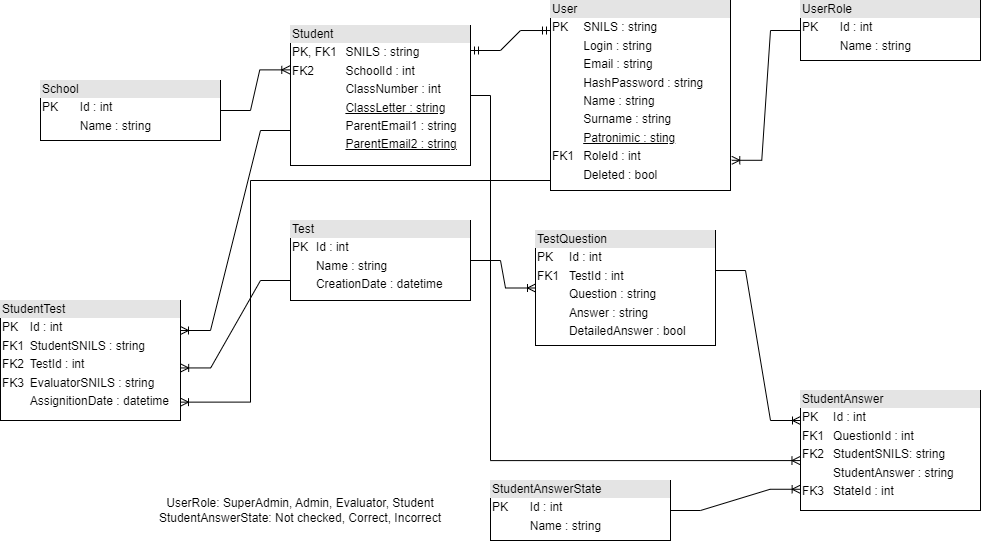
Before: Lab Work №3/docs/db_model_UML.drawio.png, a diagram exported from draw.io (nnndk/SoftwareArchitectureHSE). Source tidied: cells renumbered, new cells last; positions are measured from the earlier drawing's top-left corner, leaving out a move shared by most shapes.
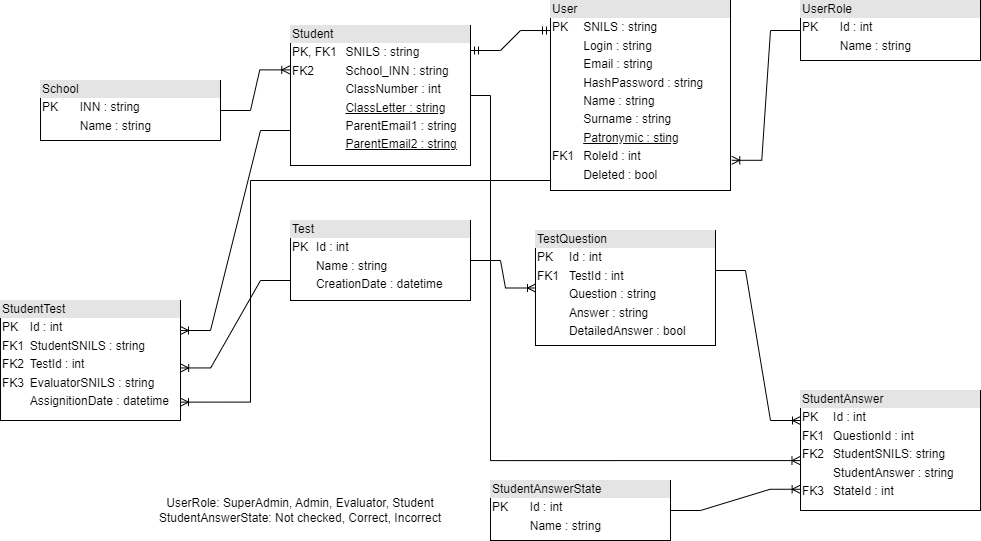
The same diagram one commit later.

Commit message:
fix db model: replace SchoolId to School_INN & fix type in 'Patronymic'

The edit, as a diff of the source:
```diff
@@ -2,7 +2,7 @@
   <root>
     <mxCell id="0" />
     <mxCell id="1" parent="0" />
-    <mxCell id="2" value="&lt;div style=&quot;box-sizing:border-box;width:100%;background:#e4e4e4;padding:2px;&quot;&gt;Student&lt;/div&gt;&lt;table style=&quot;width:100%;font-size:1em;&quot; cellpadding=&quot;2&quot; cellspacing=&quot;0&quot;&gt;&lt;tbody&gt;&lt;tr&gt;&lt;td&gt;PK, FK1&lt;/td&gt;&lt;td&gt;SNILS : string&lt;/td&gt;&lt;/tr&gt;&lt;tr&gt;&lt;td&gt;FK2&lt;/td&gt;&lt;td&gt;SchoolId : int&lt;/td&gt;&lt;/tr&gt;&lt;tr&gt;&lt;td&gt;&lt;/td&gt;&lt;td&gt;ClassNumber : int&lt;/td&gt;&lt;/tr&gt;&lt;tr&gt;&lt;td&gt;&lt;br&gt;&lt;/td&gt;&lt;td&gt;&lt;u&gt;ClassLetter : string&lt;/u&gt;&lt;/td&gt;&lt;/tr&gt;&lt;tr&gt;&lt;td&gt;&lt;br&gt;&lt;/td&gt;&lt;td&gt;ParentEmail1 : string&lt;/td&gt;&lt;/tr&gt;&lt;tr&gt;&lt;td&gt;&lt;br&gt;&lt;/td&gt;&lt;td&gt;&lt;u&gt;ParentEmail2 : string&lt;/u&gt;&lt;/td&gt;&lt;/tr&gt;&lt;/tbody&gt;&lt;/table&gt;" style="verticalAlign=top;align=left;overflow=fill;html=1;whiteSpace=wrap;" parent="1" vertex="1">
+    <mxCell id="2" value="&lt;div style=&quot;box-sizing:border-box;width:100%;background:#e4e4e4;padding:2px;&quot;&gt;Student&lt;/div&gt;&lt;table style=&quot;width:100%;font-size:1em;&quot; cellpadding=&quot;2&quot; cellspacing=&quot;0&quot;&gt;&lt;tbody&gt;&lt;tr&gt;&lt;td&gt;PK, FK1&lt;/td&gt;&lt;td&gt;SNILS : string&lt;/td&gt;&lt;/tr&gt;&lt;tr&gt;&lt;td&gt;FK2&lt;/td&gt;&lt;td&gt;School_INN : string&lt;/td&gt;&lt;/tr&gt;&lt;tr&gt;&lt;td&gt;&lt;/td&gt;&lt;td&gt;ClassNumber : int&lt;/td&gt;&lt;/tr&gt;&lt;tr&gt;&lt;td&gt;&lt;br&gt;&lt;/td&gt;&lt;td&gt;&lt;u&gt;ClassLetter : string&lt;/u&gt;&lt;/td&gt;&lt;/tr&gt;&lt;tr&gt;&lt;td&gt;&lt;br&gt;&lt;/td&gt;&lt;td&gt;ParentEmail1 : string&lt;/td&gt;&lt;/tr&gt;&lt;tr&gt;&lt;td&gt;&lt;br&gt;&lt;/td&gt;&lt;td&gt;&lt;u&gt;ParentEmail2 : string&lt;/u&gt;&lt;/td&gt;&lt;/tr&gt;&lt;/tbody&gt;&lt;/table&gt;" style="verticalAlign=top;align=left;overflow=fill;html=1;whiteSpace=wrap;" parent="1" vertex="1">
       <mxGeometry x="290" y="25" width="180" height="140" as="geometry" />
     </mxCell>
     <mxCell id="3" value="&lt;div style=&quot;box-sizing:border-box;width:100%;background:#e4e4e4;padding:2px;&quot;&gt;Test&lt;/div&gt;&lt;table style=&quot;width:100%;font-size:1em;&quot; cellpadding=&quot;2&quot; cellspacing=&quot;0&quot;&gt;&lt;tbody&gt;&lt;tr&gt;&lt;td&gt;PK&lt;/td&gt;&lt;td&gt;Id : int&lt;/td&gt;&lt;/tr&gt;&lt;tr&gt;&lt;td&gt;&lt;br&gt;&lt;/td&gt;&lt;td&gt;Name : string&lt;/td&gt;&lt;/tr&gt;&lt;tr&gt;&lt;td&gt;&lt;/td&gt;&lt;td&gt;CreationDate : datetime&lt;/td&gt;&lt;/tr&gt;&lt;/tbody&gt;&lt;/table&gt;" style="verticalAlign=top;align=left;overflow=fill;html=1;whiteSpace=wrap;" parent="1" vertex="1">
@@ -14,10 +14,10 @@
     <mxCell id="5" value="&lt;div style=&quot;box-sizing:border-box;width:100%;background:#e4e4e4;padding:2px;&quot;&gt;UserRole&lt;/div&gt;&lt;table style=&quot;width:100%;font-size:1em;&quot; cellpadding=&quot;2&quot; cellspacing=&quot;0&quot;&gt;&lt;tbody&gt;&lt;tr&gt;&lt;td&gt;PK&lt;/td&gt;&lt;td&gt;Id : int&lt;/td&gt;&lt;/tr&gt;&lt;tr&gt;&lt;td&gt;&lt;br&gt;&lt;/td&gt;&lt;td&gt;Name : string&lt;/td&gt;&lt;/tr&gt;&lt;tr&gt;&lt;td&gt;&lt;/td&gt;&lt;td&gt;&lt;br&gt;&lt;/td&gt;&lt;/tr&gt;&lt;/tbody&gt;&lt;/table&gt;" style="verticalAlign=top;align=left;overflow=fill;html=1;whiteSpace=wrap;" parent="1" vertex="1">
       <mxGeometry x="800" width="180" height="60" as="geometry" />
     </mxCell>
-    <mxCell id="6" value="&lt;div style=&quot;box-sizing:border-box;width:100%;background:#e4e4e4;padding:2px;&quot;&gt;User&lt;/div&gt;&lt;table style=&quot;width:100%;font-size:1em;&quot; cellpadding=&quot;2&quot; cellspacing=&quot;0&quot;&gt;&lt;tbody&gt;&lt;tr&gt;&lt;td&gt;PK&lt;/td&gt;&lt;td&gt;SNILS : string&lt;/td&gt;&lt;/tr&gt;&lt;tr&gt;&lt;td&gt;&lt;br&gt;&lt;/td&gt;&lt;td&gt;Login : string&lt;/td&gt;&lt;/tr&gt;&lt;tr&gt;&lt;td&gt;&lt;br&gt;&lt;/td&gt;&lt;td&gt;Email : string&lt;/td&gt;&lt;/tr&gt;&lt;tr&gt;&lt;td&gt;&lt;/td&gt;&lt;td&gt;HashPassword : string&lt;/td&gt;&lt;/tr&gt;&lt;tr&gt;&lt;td&gt;&lt;br&gt;&lt;/td&gt;&lt;td&gt;Name : string&lt;/td&gt;&lt;/tr&gt;&lt;tr&gt;&lt;td&gt;&lt;br&gt;&lt;/td&gt;&lt;td&gt;Surname : string&lt;/td&gt;&lt;/tr&gt;&lt;tr&gt;&lt;td&gt;&lt;br&gt;&lt;/td&gt;&lt;td&gt;&lt;u&gt;Patronimic : sting&lt;/u&gt;&lt;/td&gt;&lt;/tr&gt;&lt;tr&gt;&lt;td&gt;FK1&lt;/td&gt;&lt;td&gt;RoleId : int&lt;/td&gt;&lt;/tr&gt;&lt;tr&gt;&lt;td&gt;&lt;br&gt;&lt;/td&gt;&lt;td&gt;Deleted : bool&lt;/td&gt;&lt;/tr&gt;&lt;/tbody&gt;&lt;/table&gt;" style="verticalAlign=top;align=left;overflow=fill;html=1;whiteSpace=wrap;" parent="1" vertex="1">
+    <mxCell id="6" value="&lt;div style=&quot;box-sizing:border-box;width:100%;background:#e4e4e4;padding:2px;&quot;&gt;User&lt;/div&gt;&lt;table style=&quot;width:100%;font-size:1em;&quot; cellpadding=&quot;2&quot; cellspacing=&quot;0&quot;&gt;&lt;tbody&gt;&lt;tr&gt;&lt;td&gt;PK&lt;/td&gt;&lt;td&gt;SNILS : string&lt;/td&gt;&lt;/tr&gt;&lt;tr&gt;&lt;td&gt;&lt;br&gt;&lt;/td&gt;&lt;td&gt;Login : string&lt;/td&gt;&lt;/tr&gt;&lt;tr&gt;&lt;td&gt;&lt;br&gt;&lt;/td&gt;&lt;td&gt;Email : string&lt;/td&gt;&lt;/tr&gt;&lt;tr&gt;&lt;td&gt;&lt;/td&gt;&lt;td&gt;HashPassword : string&lt;/td&gt;&lt;/tr&gt;&lt;tr&gt;&lt;td&gt;&lt;br&gt;&lt;/td&gt;&lt;td&gt;Name : string&lt;/td&gt;&lt;/tr&gt;&lt;tr&gt;&lt;td&gt;&lt;br&gt;&lt;/td&gt;&lt;td&gt;Surname : string&lt;/td&gt;&lt;/tr&gt;&lt;tr&gt;&lt;td&gt;&lt;br&gt;&lt;/td&gt;&lt;td&gt;&lt;u&gt;Patronymic : sting&lt;/u&gt;&lt;/td&gt;&lt;/tr&gt;&lt;tr&gt;&lt;td&gt;FK1&lt;/td&gt;&lt;td&gt;RoleId : int&lt;/td&gt;&lt;/tr&gt;&lt;tr&gt;&lt;td&gt;&lt;br&gt;&lt;/td&gt;&lt;td&gt;Deleted : bool&lt;/td&gt;&lt;/tr&gt;&lt;/tbody&gt;&lt;/table&gt;" style="verticalAlign=top;align=left;overflow=fill;html=1;whiteSpace=wrap;" parent="1" vertex="1">
       <mxGeometry x="550" width="180" height="190" as="geometry" />
     </mxCell>
-    <mxCell id="7" value="&lt;div style=&quot;box-sizing:border-box;width:100%;background:#e4e4e4;padding:2px;&quot;&gt;School&lt;/div&gt;&lt;table style=&quot;width:100%;font-size:1em;&quot; cellpadding=&quot;2&quot; cellspacing=&quot;0&quot;&gt;&lt;tbody&gt;&lt;tr&gt;&lt;td&gt;PK&lt;/td&gt;&lt;td&gt;Id : int&lt;/td&gt;&lt;/tr&gt;&lt;tr&gt;&lt;td&gt;&lt;br&gt;&lt;/td&gt;&lt;td&gt;Name : string&lt;/td&gt;&lt;/tr&gt;&lt;tr&gt;&lt;td&gt;&lt;/td&gt;&lt;td&gt;&lt;br&gt;&lt;/td&gt;&lt;/tr&gt;&lt;/tbody&gt;&lt;/table&gt;" style="verticalAlign=top;align=left;overflow=fill;html=1;whiteSpace=wrap;" parent="1" vertex="1">
+    <mxCell id="7" value="&lt;div style=&quot;box-sizing:border-box;width:100%;background:#e4e4e4;padding:2px;&quot;&gt;School&lt;/div&gt;&lt;table style=&quot;width:100%;font-size:1em;&quot; cellpadding=&quot;2&quot; cellspacing=&quot;0&quot;&gt;&lt;tbody&gt;&lt;tr&gt;&lt;td&gt;PK&lt;/td&gt;&lt;td&gt;INN : string&lt;/td&gt;&lt;/tr&gt;&lt;tr&gt;&lt;td&gt;&lt;br&gt;&lt;/td&gt;&lt;td&gt;Name : string&lt;/td&gt;&lt;/tr&gt;&lt;tr&gt;&lt;td&gt;&lt;/td&gt;&lt;td&gt;&lt;br&gt;&lt;/td&gt;&lt;/tr&gt;&lt;/tbody&gt;&lt;/table&gt;" style="verticalAlign=top;align=left;overflow=fill;html=1;whiteSpace=wrap;" parent="1" vertex="1">
       <mxGeometry x="40" y="80" width="180" height="60" as="geometry" />
     </mxCell>
     <mxCell id="8" value="&lt;div style=&quot;box-sizing:border-box;width:100%;background:#e4e4e4;padding:2px;&quot;&gt;TestQuestion&lt;/div&gt;&lt;table style=&quot;width:100%;font-size:1em;&quot; cellpadding=&quot;2&quot; cellspacing=&quot;0&quot;&gt;&lt;tbody&gt;&lt;tr&gt;&lt;td&gt;PK&lt;/td&gt;&lt;td&gt;Id : int&lt;/td&gt;&lt;/tr&gt;&lt;tr&gt;&lt;td&gt;FK1&lt;/td&gt;&lt;td&gt;TestId : int&lt;/td&gt;&lt;/tr&gt;&lt;tr&gt;&lt;td&gt;&lt;br&gt;&lt;/td&gt;&lt;td&gt;Question : string&lt;/td&gt;&lt;/tr&gt;&lt;tr&gt;&lt;td&gt;&lt;br&gt;&lt;/td&gt;&lt;td&gt;Answer : string&lt;/td&gt;&lt;/tr&gt;&lt;tr&gt;&lt;td&gt;&lt;br&gt;&lt;/td&gt;&lt;td&gt;DetailedAnswer : bool&lt;/td&gt;&lt;/tr&gt;&lt;/tbody&gt;&lt;/table&gt;" style="verticalAlign=top;align=left;overflow=fill;html=1;whiteSpace=wrap;" parent="1" vertex="1">
```
